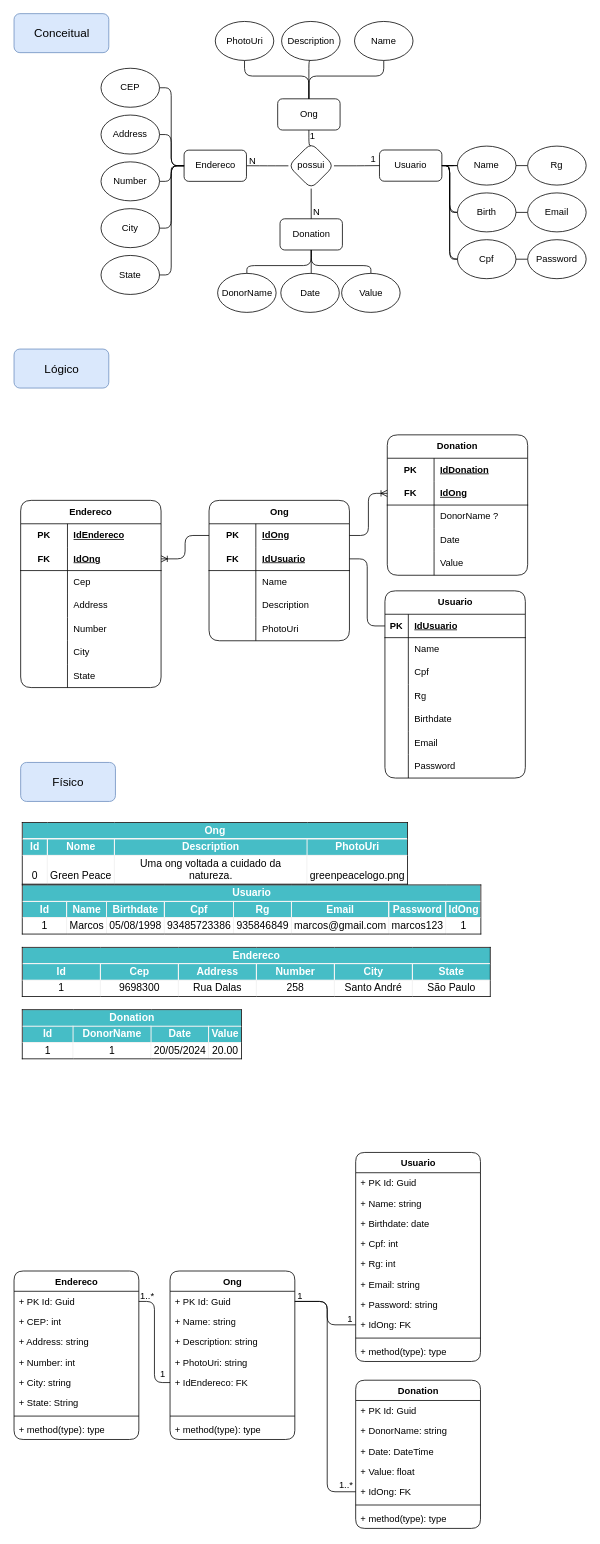
This is diagrama banco hope hand.drawio from guilhermemonte21/hope-hand, a draw.io file, before an edit. Source tidied: cells renumbered, new cells numbered last; positions are measured from the earlier drawing's top-left corner, leaving out a move shared by most shapes. Both pictures are drawn from the tidied source at 78%, with x=0, y=0 at pixel (13, 13).
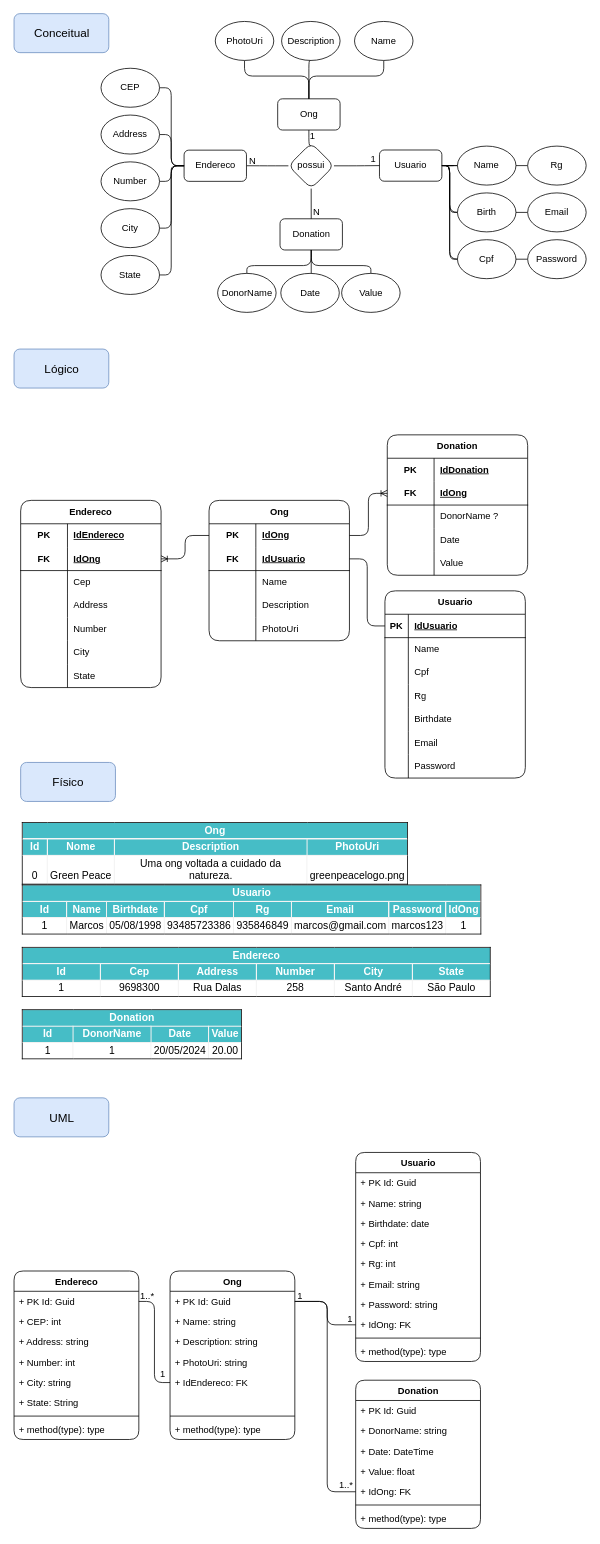
The same diagram, later.

Commit message:
Inserido Entidade "Donation"

Diff of the diagram source:
```diff
@@
+    <mxCell id="180" value="UML" style="rounded=1;whiteSpace=wrap;html=1;fillColor=#dae8fc;strokeColor=#6c8ebf;fontSize=15;" parent="1" vertex="1">
+      <mxGeometry x="0.5" y="1390" width="121.5" height="50" as="geometry" />
+    </mxCell>
```
